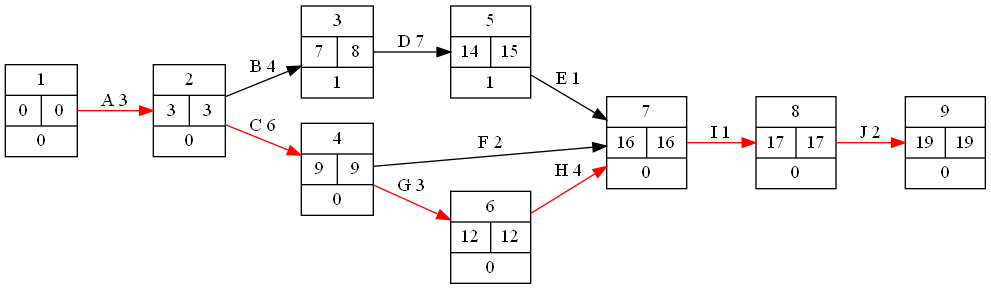
Above: graph.png in damczi17/boil (Graphviz), before the change. Its source is kept beside it as graph.gv.
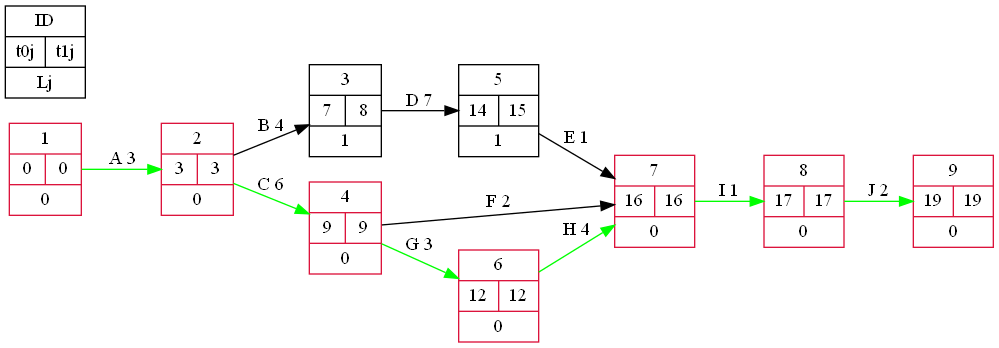
Above is the later version.

Diff of the diagram source:
```diff
@@ -1,23 +1,17 @@
 digraph G {
 rankdir="LR";
-struct1[shape=record,label="1|{0|0}| 0"];
-struct1 -> struct2[color=red, label="A 3"];
-struct2[shape=record,label="2|{3|3}| 0"];
-struct2 -> struct3[label="B 4"];
-struct2 -> struct4[color=red, label="C 6"];
+struct1[shape=record,label="1|{0|0}| 0", color=crimson];struct1 -> struct2[color=green, label="A 3"];
+struct2[shape=record,label="2|{3|3}| 0", color=crimson];struct2 -> struct3[label="B 4"];
+struct2 -> struct4[color=green, label="C 6"];
 struct3[shape=record,label="3|{7|8}| 1"];
 struct3 -> struct5[label="D 7"];
-struct4[shape=record,label="4|{9|9}| 0"];
-struct4 -> struct7[label="F 2"];
-struct4 -> struct6[color=red, label="G 3"];
+struct4[shape=record,label="4|{9|9}| 0", color=crimson];struct4 -> struct7[label="F 2"];
+struct4 -> struct6[color=green, label="G 3"];
 struct5[shape=record,label="5|{14|15}| 1"];
 struct5 -> struct7[label="E 1"];
-struct6[shape=record,label="6|{12|12}| 0"];
-struct6 -> struct7[color=red, label="H 4"];
-struct7[shape=record,label="7|{16|16}| 0"];
-struct7 -> struct8[color=red, label="I 1"];
-struct8[shape=record,label="8|{17|17}| 0"];
-struct8 -> struct9[color=red, label="J 2"];
-struct9[shape=record,label="9|{19|19}| 0"];
-
+struct6[shape=record,label="6|{12|12}| 0", color=crimson];struct6 -> struct7[color=green, label="H 4"];
+struct7[shape=record,label="7|{16|16}| 0", color=crimson];struct7 -> struct8[color=green, label="I 1"];
+struct8[shape=record,label="8|{17|17}| 0", color=crimson];struct8 -> struct9[color=green, label="J 2"];
+struct9[shape=record,label="9|{19|19}| 0", color=crimson];
+struct [shape=record,label="ID|{t0j|t1j}|Lj"];
 }
```
